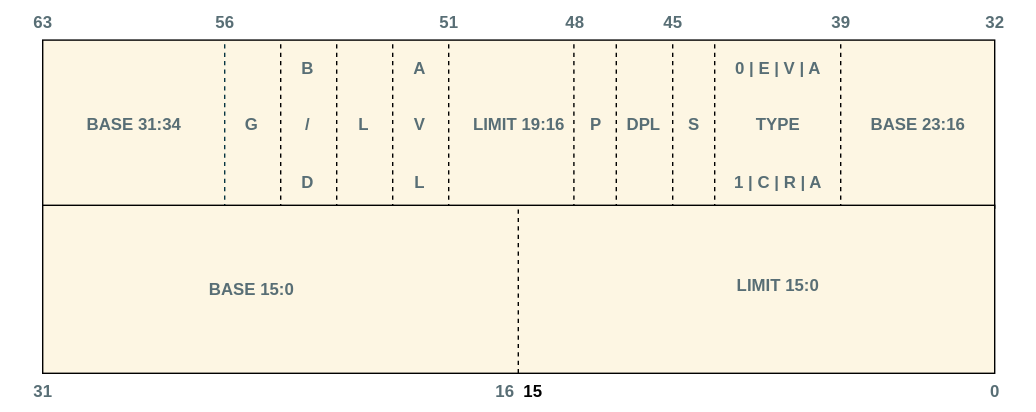
Earlier version of the draw.io export Booting/images/segment-descriptor.svg (0xAX/linux-insides). Source tidied: cells renumbered, new cells last; positions are measured from the earlier drawing's top-left corner, leaving out a move shared by most shapes.
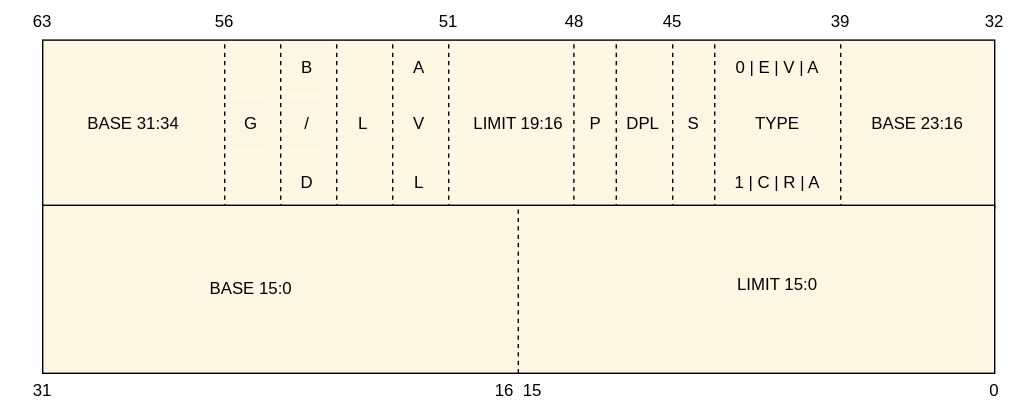
The same diagram one commit later.

Commit message:
boot: improve diagrams

Change to the diagram source:
```diff
@@ -2,163 +2,163 @@
   <root>
     <mxCell id="0" />
     <mxCell id="1" parent="0" />
-    <mxCell id="2" value="&lt;div&gt;&lt;b&gt;&lt;span style=&quot;color: rgb(88, 110, 117);&quot;&gt;LIMIT 19:16&lt;/span&gt;&lt;/b&gt;&lt;/div&gt;" style="rounded=0;whiteSpace=wrap;html=1;fillColor=#FDF6E3;" parent="1" vertex="1">
+    <mxCell id="2" value="&lt;div&gt;&lt;span&gt;&lt;span style=&quot;&quot;&gt;LIMIT 19:16&lt;/span&gt;&lt;/span&gt;&lt;/div&gt;" style="rounded=0;whiteSpace=wrap;html=1;fillColor=#FDF6E3;strokeColor=#000000;fontColor=#000000;fontStyle=0;" parent="1" vertex="1">
       <mxGeometry x="30" y="28" width="680" height="120" as="geometry" />
     </mxCell>
-    <mxCell id="3" value="&lt;b&gt;&lt;font style=&quot;color: rgb(88, 110, 117);&quot;&gt;0&lt;/font&gt;&lt;/b&gt;" style="text;html=1;align=center;verticalAlign=middle;whiteSpace=wrap;rounded=0;" parent="1" vertex="1">
+    <mxCell id="3" value="&lt;span&gt;&lt;font style=&quot;&quot;&gt;0&lt;/font&gt;&lt;/span&gt;" style="text;html=1;align=center;verticalAlign=middle;whiteSpace=wrap;rounded=0;strokeColor=none;fontColor=#000000;fontStyle=0;" parent="1" vertex="1">
       <mxGeometry x="680" y="264" width="60" height="30" as="geometry" />
     </mxCell>
-    <mxCell id="4" value="&lt;b&gt;&lt;font style=&quot;color: rgb(88, 110, 117);&quot;&gt;31&lt;/font&gt;&lt;/b&gt;" style="text;html=1;align=center;verticalAlign=middle;whiteSpace=wrap;rounded=0;" parent="1" vertex="1">
+    <mxCell id="4" value="&lt;span&gt;&lt;font style=&quot;&quot;&gt;31&lt;/font&gt;&lt;/span&gt;" style="text;html=1;align=center;verticalAlign=middle;whiteSpace=wrap;rounded=0;strokeColor=none;fontColor=#000000;fontStyle=0;" parent="1" vertex="1">
       <mxGeometry y="264" width="60" height="30" as="geometry" />
     </mxCell>
-    <mxCell id="5" value="&lt;b&gt;&lt;font&gt;15&lt;/font&gt;&lt;/b&gt;" style="text;html=1;align=center;verticalAlign=middle;whiteSpace=wrap;rounded=0;" parent="1" vertex="1">
+    <mxCell id="5" value="&lt;span&gt;&lt;font&gt;15&lt;/font&gt;&lt;/span&gt;" style="text;html=1;align=center;verticalAlign=middle;whiteSpace=wrap;rounded=0;strokeColor=none;fontColor=#000000;fontStyle=0;" parent="1" vertex="1">
       <mxGeometry x="350" y="264" width="60" height="30" as="geometry" />
     </mxCell>
-    <mxCell id="6" value="&lt;b&gt;&lt;font style=&quot;color: rgb(88, 110, 117);&quot;&gt;16&lt;/font&gt;&lt;/b&gt;" style="text;html=1;align=center;verticalAlign=middle;whiteSpace=wrap;rounded=0;" parent="1" vertex="1">
+    <mxCell id="6" value="&lt;span&gt;&lt;font style=&quot;&quot;&gt;16&lt;/font&gt;&lt;/span&gt;" style="text;html=1;align=center;verticalAlign=middle;whiteSpace=wrap;rounded=0;strokeColor=none;fontColor=#000000;fontStyle=0;" parent="1" vertex="1">
       <mxGeometry x="330" y="264" width="60" height="30" as="geometry" />
     </mxCell>
-    <mxCell id="7" style="endArrow=none;dashed=1;html=1;rounded=0;entryX=0.5;entryY=0;entryDx=0;entryDy=0;exitX=0.5;exitY=1;exitDx=0;exitDy=0;" parent="1" edge="1">
+    <mxCell id="7" style="endArrow=none;dashed=1;html=1;rounded=0;entryX=0.5;entryY=0;entryDx=0;entryDy=0;exitX=0.5;exitY=1;exitDx=0;exitDy=0;strokeColor=light-dark(#000000, #121212);fontColor=#000000;fontStyle=0;" parent="1" edge="1">
       <mxGeometry relative="1" as="geometry">
         <mxPoint x="600" y="148" as="sourcePoint" />
         <mxPoint x="600" y="28" as="targetPoint" />
       </mxGeometry>
     </mxCell>
-    <mxCell id="8" value="&lt;b&gt;&lt;font style=&quot;color: rgb(88, 110, 117);&quot;&gt;32&lt;/font&gt;&lt;/b&gt;" style="text;html=1;align=center;verticalAlign=middle;whiteSpace=wrap;rounded=0;" parent="1" vertex="1">
+    <mxCell id="8" value="&lt;span&gt;&lt;font style=&quot;&quot;&gt;32&lt;/font&gt;&lt;/span&gt;" style="text;html=1;align=center;verticalAlign=middle;whiteSpace=wrap;rounded=0;strokeColor=none;fontColor=#000000;fontStyle=0;" parent="1" vertex="1">
       <mxGeometry x="680" width="60" height="30" as="geometry" />
     </mxCell>
-    <mxCell id="9" value="&lt;b&gt;&lt;font style=&quot;color: rgb(88, 110, 117);&quot;&gt;63&lt;/font&gt;&lt;/b&gt;" style="text;html=1;align=center;verticalAlign=middle;whiteSpace=wrap;rounded=0;" parent="1" vertex="1">
+    <mxCell id="9" value="&lt;span style=&quot;&quot;&gt;&lt;font style=&quot;&quot;&gt;63&lt;/font&gt;&lt;/span&gt;" style="text;html=1;align=center;verticalAlign=middle;whiteSpace=wrap;rounded=0;strokeColor=none;fontColor=#000000;fontStyle=0;" parent="1" vertex="1">
       <mxGeometry width="60" height="30" as="geometry" />
     </mxCell>
-    <mxCell id="10" value="&lt;font style=&quot;color: rgb(88, 110, 117);&quot;&gt;&lt;b&gt;39&lt;/b&gt;&lt;/font&gt;" style="text;html=1;align=center;verticalAlign=middle;whiteSpace=wrap;rounded=0;" parent="1" vertex="1">
+    <mxCell id="10" value="&lt;font style=&quot;&quot;&gt;&lt;span&gt;39&lt;/span&gt;&lt;/font&gt;" style="text;html=1;align=center;verticalAlign=middle;whiteSpace=wrap;rounded=0;strokeColor=none;fontColor=#000000;fontStyle=0;" parent="1" vertex="1">
       <mxGeometry x="570" width="60" height="30" as="geometry" />
     </mxCell>
-    <mxCell id="11" style="endArrow=none;dashed=1;html=1;rounded=0;entryX=0.25;entryY=0;entryDx=0;entryDy=0;labelBackgroundColor=#073642;strokeColor=#073642;" parent="1" edge="1">
+    <mxCell id="11" style="endArrow=none;dashed=1;html=1;rounded=0;entryX=0.25;entryY=0;entryDx=0;entryDy=0;labelBackgroundColor=#073642;strokeColor=#000000;fontColor=#000000;fontStyle=0;" parent="1" edge="1">
       <mxGeometry relative="1" as="geometry">
         <mxPoint x="160" y="148" as="sourcePoint" />
         <mxPoint x="160" y="28" as="targetPoint" />
       </mxGeometry>
     </mxCell>
-    <mxCell id="12" style="endArrow=none;dashed=1;html=1;rounded=0;entryX=0.25;entryY=0;entryDx=0;entryDy=0;" parent="1" edge="1">
+    <mxCell id="12" style="endArrow=none;dashed=1;html=1;rounded=0;entryX=0.25;entryY=0;entryDx=0;entryDy=0;strokeColor=#000000;fontColor=#000000;fontStyle=0;" parent="1" edge="1">
       <mxGeometry relative="1" as="geometry">
         <mxPoint x="200" y="148" as="sourcePoint" />
         <mxPoint x="200" y="28" as="targetPoint" />
       </mxGeometry>
     </mxCell>
-    <mxCell id="13" style="endArrow=none;dashed=1;html=1;rounded=0;entryX=0.25;entryY=0;entryDx=0;entryDy=0;" parent="1" edge="1">
+    <mxCell id="13" style="endArrow=none;dashed=1;html=1;rounded=0;entryX=0.25;entryY=0;entryDx=0;entryDy=0;strokeColor=#000000;fontColor=#000000;fontStyle=0;" parent="1" edge="1">
       <mxGeometry relative="1" as="geometry">
         <mxPoint x="240" y="148" as="sourcePoint" />
         <mxPoint x="240" y="28" as="targetPoint" />
       </mxGeometry>
     </mxCell>
-    <mxCell id="14" style="endArrow=none;dashed=1;html=1;rounded=0;entryX=0.25;entryY=0;entryDx=0;entryDy=0;" parent="1" edge="1">
+    <mxCell id="14" style="endArrow=none;dashed=1;html=1;rounded=0;entryX=0.25;entryY=0;entryDx=0;entryDy=0;strokeColor=#000000;fontColor=#000000;fontStyle=0;" parent="1" edge="1">
       <mxGeometry relative="1" as="geometry">
         <mxPoint x="280" y="148" as="sourcePoint" />
         <mxPoint x="280" y="28" as="targetPoint" />
       </mxGeometry>
     </mxCell>
-    <mxCell id="15" style="endArrow=none;dashed=1;html=1;rounded=0;entryX=0.25;entryY=0;entryDx=0;entryDy=0;" parent="1" edge="1">
+    <mxCell id="15" style="endArrow=none;dashed=1;html=1;rounded=0;entryX=0.25;entryY=0;entryDx=0;entryDy=0;strokeColor=light-dark(#000000, #121212);fontColor=#000000;fontStyle=0;" parent="1" edge="1">
       <mxGeometry relative="1" as="geometry">
         <mxPoint x="320" y="148" as="sourcePoint" />
         <mxPoint x="320" y="28" as="targetPoint" />
       </mxGeometry>
     </mxCell>
-    <mxCell id="16" style="endArrow=none;dashed=1;html=1;rounded=0;entryX=0.25;entryY=0;entryDx=0;entryDy=0;" parent="1" edge="1">
+    <mxCell id="16" style="endArrow=none;dashed=1;html=1;rounded=0;entryX=0.25;entryY=0;entryDx=0;entryDy=0;strokeColor=#000000;fontColor=#000000;fontStyle=0;" parent="1" edge="1">
       <mxGeometry relative="1" as="geometry">
         <mxPoint x="409.4" y="148" as="sourcePoint" />
         <mxPoint x="409.4" y="28" as="targetPoint" />
       </mxGeometry>
     </mxCell>
-    <mxCell id="17" style="endArrow=none;dashed=1;html=1;rounded=0;entryX=0.25;entryY=0;entryDx=0;entryDy=0;" parent="1" edge="1">
+    <mxCell id="17" style="endArrow=none;dashed=1;html=1;rounded=0;entryX=0.25;entryY=0;entryDx=0;entryDy=0;strokeColor=#000000;fontColor=#000000;fontStyle=0;" parent="1" edge="1">
       <mxGeometry relative="1" as="geometry">
         <mxPoint x="439.7" y="148" as="sourcePoint" />
         <mxPoint x="439.7" y="28" as="targetPoint" />
       </mxGeometry>
     </mxCell>
-    <mxCell id="18" style="endArrow=none;dashed=1;html=1;rounded=0;entryX=0.25;entryY=0;entryDx=0;entryDy=0;" parent="1" edge="1">
+    <mxCell id="18" style="endArrow=none;dashed=1;html=1;rounded=0;entryX=0.25;entryY=0;entryDx=0;entryDy=0;strokeColor=#000000;fontColor=#000000;fontStyle=0;" parent="1" edge="1">
       <mxGeometry relative="1" as="geometry">
         <mxPoint x="480" y="148" as="sourcePoint" />
         <mxPoint x="480" y="28" as="targetPoint" />
       </mxGeometry>
     </mxCell>
-    <mxCell id="19" style="endArrow=none;dashed=1;html=1;rounded=0;entryX=0.25;entryY=0;entryDx=0;entryDy=0;" parent="1" edge="1">
+    <mxCell id="19" style="endArrow=none;dashed=1;html=1;rounded=0;entryX=0.25;entryY=0;entryDx=0;entryDy=0;strokeColor=#000000;fontColor=#000000;fontStyle=0;" parent="1" edge="1">
       <mxGeometry relative="1" as="geometry">
         <mxPoint x="510" y="148" as="sourcePoint" />
         <mxPoint x="510" y="28" as="targetPoint" />
       </mxGeometry>
     </mxCell>
-    <mxCell id="20" value="&lt;b&gt;&lt;span style=&quot;color: rgb(88, 110, 117);&quot;&gt;BASE 31:34&lt;/span&gt;&lt;/b&gt;" style="text;html=1;align=center;verticalAlign=middle;whiteSpace=wrap;rounded=0;" parent="1" vertex="1">
+    <mxCell id="20" value="&lt;span&gt;&lt;span style=&quot;&quot;&gt;BASE 31:34&lt;/span&gt;&lt;/span&gt;" style="text;html=1;align=center;verticalAlign=middle;whiteSpace=wrap;rounded=0;strokeColor=none;fontColor=#000000;fontStyle=0;" parent="1" vertex="1">
       <mxGeometry x="60" y="73" width="70" height="30" as="geometry" />
     </mxCell>
-    <mxCell id="21" value="&lt;b&gt;&lt;span style=&quot;color: rgb(88, 110, 117);&quot;&gt;G&lt;/span&gt;&lt;/b&gt;" style="text;html=1;align=center;verticalAlign=middle;whiteSpace=wrap;rounded=0;" parent="1" vertex="1">
+    <mxCell id="21" value="&lt;span&gt;&lt;span style=&quot;&quot;&gt;G&lt;/span&gt;&lt;/span&gt;" style="text;html=1;align=center;verticalAlign=middle;whiteSpace=wrap;rounded=0;strokeColor=#FDF6E3;fontColor=#000000;fontStyle=0;" parent="1" vertex="1">
       <mxGeometry x="164" y="73" width="30" height="30" as="geometry" />
     </mxCell>
-    <mxCell id="22" value="&lt;b&gt;&lt;span style=&quot;color: rgb(88, 110, 117);&quot;&gt;B&lt;/span&gt;&lt;/b&gt;" style="text;html=1;align=center;verticalAlign=middle;whiteSpace=wrap;rounded=0;" parent="1" vertex="1">
+    <mxCell id="22" value="&lt;span&gt;&lt;span style=&quot;&quot;&gt;B&lt;/span&gt;&lt;/span&gt;" style="text;html=1;align=center;verticalAlign=middle;whiteSpace=wrap;rounded=0;strokeColor=#FDF6E3;fontColor=#000000;fontStyle=0;" parent="1" vertex="1">
       <mxGeometry x="204" y="33" width="30" height="30" as="geometry" />
     </mxCell>
-    <mxCell id="23" value="&lt;b&gt;&lt;span style=&quot;color: rgb(88, 110, 117);&quot;&gt;D&lt;/span&gt;&lt;/b&gt;" style="text;html=1;align=center;verticalAlign=middle;whiteSpace=wrap;rounded=0;" parent="1" vertex="1">
+    <mxCell id="23" value="&lt;span&gt;&lt;span style=&quot;&quot;&gt;D&lt;/span&gt;&lt;/span&gt;" style="text;html=1;align=center;verticalAlign=middle;whiteSpace=wrap;rounded=0;strokeColor=none;fontColor=#000000;fontStyle=0;" parent="1" vertex="1">
       <mxGeometry x="204" y="115" width="30" height="30" as="geometry" />
     </mxCell>
-    <mxCell id="24" value="&lt;b&gt;&lt;span style=&quot;color: rgb(88, 110, 117);&quot;&gt;/&lt;/span&gt;&lt;/b&gt;" style="text;html=1;align=center;verticalAlign=middle;whiteSpace=wrap;rounded=0;" parent="1" vertex="1">
+    <mxCell id="24" value="&lt;span&gt;&lt;span style=&quot;&quot;&gt;/&lt;/span&gt;&lt;/span&gt;" style="text;html=1;align=center;verticalAlign=middle;whiteSpace=wrap;rounded=0;strokeColor=#FDF6E3;fontColor=#000000;fontStyle=0;" parent="1" vertex="1">
       <mxGeometry x="204" y="73" width="30" height="30" as="geometry" />
     </mxCell>
-    <mxCell id="25" value="&lt;b&gt;&lt;span style=&quot;color: rgb(88, 110, 117);&quot;&gt;L&lt;/span&gt;&lt;/b&gt;" style="text;html=1;align=center;verticalAlign=middle;whiteSpace=wrap;rounded=0;" parent="1" vertex="1">
+    <mxCell id="25" value="&lt;span&gt;&lt;span style=&quot;&quot;&gt;L&lt;/span&gt;&lt;/span&gt;" style="text;html=1;align=center;verticalAlign=middle;whiteSpace=wrap;rounded=0;strokeColor=none;fontColor=#000000;fontStyle=0;" parent="1" vertex="1">
       <mxGeometry x="244" y="73" width="30" height="30" as="geometry" />
     </mxCell>
-    <mxCell id="26" value="&lt;b&gt;&lt;span style=&quot;color: rgb(88, 110, 117);&quot;&gt;A&lt;/span&gt;&lt;/b&gt;" style="text;html=1;align=center;verticalAlign=middle;whiteSpace=wrap;rounded=0;" parent="1" vertex="1">
+    <mxCell id="26" value="&lt;span&gt;&lt;span style=&quot;&quot;&gt;A&lt;/span&gt;&lt;/span&gt;" style="text;html=1;align=center;verticalAlign=middle;whiteSpace=wrap;rounded=0;strokeColor=none;fontColor=#000000;fontStyle=0;" parent="1" vertex="1">
       <mxGeometry x="284" y="33" width="30" height="30" as="geometry" />
     </mxCell>
-    <mxCell id="27" value="&lt;b&gt;&lt;span style=&quot;color: rgb(88, 110, 117);&quot;&gt;V&lt;/span&gt;&lt;/b&gt;" style="text;html=1;align=center;verticalAlign=middle;whiteSpace=wrap;rounded=0;" parent="1" vertex="1">
+    <mxCell id="27" value="&lt;span&gt;&lt;span style=&quot;&quot;&gt;V&lt;/span&gt;&lt;/span&gt;" style="text;html=1;align=center;verticalAlign=middle;whiteSpace=wrap;rounded=0;strokeColor=none;fontColor=#000000;fontStyle=0;" parent="1" vertex="1">
       <mxGeometry x="284" y="73" width="30" height="30" as="geometry" />
     </mxCell>
-    <mxCell id="28" value="&lt;b&gt;&lt;span style=&quot;color: rgb(88, 110, 117);&quot;&gt;L&lt;/span&gt;&lt;/b&gt;" style="text;html=1;align=center;verticalAlign=middle;whiteSpace=wrap;rounded=0;" parent="1" vertex="1">
+    <mxCell id="28" value="&lt;span&gt;&lt;span style=&quot;&quot;&gt;L&lt;/span&gt;&lt;/span&gt;" style="text;html=1;align=center;verticalAlign=middle;whiteSpace=wrap;rounded=0;strokeColor=none;fontColor=#000000;fontStyle=0;" parent="1" vertex="1">
       <mxGeometry x="284" y="115" width="30" height="30" as="geometry" />
     </mxCell>
-    <mxCell id="29" value="&lt;b&gt;&lt;span style=&quot;color: rgb(88, 110, 117);&quot;&gt;P&lt;/span&gt;&lt;/b&gt;" style="text;html=1;align=center;verticalAlign=middle;whiteSpace=wrap;rounded=0;" parent="1" vertex="1">
+    <mxCell id="29" value="&lt;span&gt;&lt;span style=&quot;&quot;&gt;P&lt;/span&gt;&lt;/span&gt;" style="text;html=1;align=center;verticalAlign=middle;whiteSpace=wrap;rounded=0;strokeColor=none;fontColor=#000000;fontStyle=0;" parent="1" vertex="1">
       <mxGeometry x="410" y="73" width="30" height="30" as="geometry" />
     </mxCell>
-    <mxCell id="30" value="&lt;b&gt;&lt;span style=&quot;color: rgb(88, 110, 117);&quot;&gt;DPL&lt;/span&gt;&lt;/b&gt;" style="text;html=1;align=center;verticalAlign=middle;whiteSpace=wrap;rounded=0;" parent="1" vertex="1">
+    <mxCell id="30" value="&lt;span&gt;&lt;span style=&quot;&quot;&gt;DPL&lt;/span&gt;&lt;/span&gt;" style="text;html=1;align=center;verticalAlign=middle;whiteSpace=wrap;rounded=0;strokeColor=none;fontColor=#000000;fontStyle=0;" parent="1" vertex="1">
       <mxGeometry x="444" y="73" width="30" height="30" as="geometry" />
     </mxCell>
-    <mxCell id="31" value="&lt;b&gt;&lt;span style=&quot;color: rgb(88, 110, 117);&quot;&gt;S&lt;/span&gt;&lt;/b&gt;" style="text;html=1;align=center;verticalAlign=middle;whiteSpace=wrap;rounded=0;" parent="1" vertex="1">
+    <mxCell id="31" value="&lt;span&gt;&lt;span style=&quot;&quot;&gt;S&lt;/span&gt;&lt;/span&gt;" style="text;html=1;align=center;verticalAlign=middle;whiteSpace=wrap;rounded=0;strokeColor=none;fontColor=#000000;fontStyle=0;" parent="1" vertex="1">
       <mxGeometry x="480" y="73" width="30" height="30" as="geometry" />
     </mxCell>
-    <mxCell id="32" value="&lt;b&gt;&lt;span style=&quot;color: rgb(88, 110, 117);&quot;&gt;TYPE&lt;/span&gt;&lt;/b&gt;" style="text;html=1;align=center;verticalAlign=middle;whiteSpace=wrap;rounded=0;" parent="1" vertex="1">
+    <mxCell id="32" value="&lt;span&gt;&lt;span style=&quot;&quot;&gt;TYPE&lt;/span&gt;&lt;/span&gt;" style="text;html=1;align=center;verticalAlign=middle;whiteSpace=wrap;rounded=0;strokeColor=none;fontColor=#000000;fontStyle=0;" parent="1" vertex="1">
       <mxGeometry x="540" y="73" width="30" height="30" as="geometry" />
     </mxCell>
-    <mxCell id="33" value="&lt;b&gt;&lt;span style=&quot;color: rgb(88, 110, 117);&quot;&gt;0 | E | V | A&lt;/span&gt;&lt;/b&gt;" style="text;html=1;align=center;verticalAlign=middle;whiteSpace=wrap;rounded=0;" parent="1" vertex="1">
+    <mxCell id="33" value="&lt;span&gt;&lt;span style=&quot;&quot;&gt;0 | E | V | A&lt;/span&gt;&lt;/span&gt;" style="text;html=1;align=center;verticalAlign=middle;whiteSpace=wrap;rounded=0;strokeColor=none;fontColor=#000000;fontStyle=0;" parent="1" vertex="1">
       <mxGeometry x="520" y="33" width="70" height="30" as="geometry" />
     </mxCell>
-    <mxCell id="34" value="&lt;b&gt;&lt;span style=&quot;color: rgb(88, 110, 117);&quot;&gt;1 | C | R | A&lt;/span&gt;&lt;/b&gt;" style="text;html=1;align=center;verticalAlign=middle;whiteSpace=wrap;rounded=0;" parent="1" vertex="1">
+    <mxCell id="34" value="&lt;span&gt;&lt;span style=&quot;&quot;&gt;1 | C | R | A&lt;/span&gt;&lt;/span&gt;" style="text;html=1;align=center;verticalAlign=middle;whiteSpace=wrap;rounded=0;strokeColor=none;fontColor=#000000;fontStyle=0;" parent="1" vertex="1">
       <mxGeometry x="520" y="115" width="70" height="30" as="geometry" />
     </mxCell>
-    <mxCell id="35" value="&lt;b&gt;&lt;span style=&quot;color: rgb(88, 110, 117);&quot;&gt;BASE 23:16&lt;/span&gt;&lt;/b&gt;" style="text;html=1;align=center;verticalAlign=middle;whiteSpace=wrap;rounded=0;" parent="1" vertex="1">
+    <mxCell id="35" value="&lt;span&gt;&lt;span style=&quot;&quot;&gt;BASE 23:16&lt;/span&gt;&lt;/span&gt;" style="text;html=1;align=center;verticalAlign=middle;whiteSpace=wrap;rounded=0;strokeColor=none;fontColor=#000000;fontStyle=0;" parent="1" vertex="1">
       <mxGeometry x="620" y="73" width="70" height="30" as="geometry" />
     </mxCell>
-    <mxCell id="36" value="&lt;b&gt;&lt;font style=&quot;color: rgb(88, 110, 117);&quot;&gt;56&lt;/font&gt;&lt;/b&gt;" style="text;html=1;align=center;verticalAlign=middle;whiteSpace=wrap;rounded=0;" parent="1" vertex="1">
+    <mxCell id="36" value="&lt;span&gt;&lt;font style=&quot;&quot;&gt;56&lt;/font&gt;&lt;/span&gt;" style="text;html=1;align=center;verticalAlign=middle;whiteSpace=wrap;rounded=0;strokeColor=none;fontColor=#000000;fontStyle=0;" parent="1" vertex="1">
       <mxGeometry x="130" width="60" height="30" as="geometry" />
     </mxCell>
-    <mxCell id="37" value="&lt;b&gt;&lt;font style=&quot;color: rgb(88, 110, 117);&quot;&gt;51&lt;/font&gt;&lt;/b&gt;" style="text;html=1;align=center;verticalAlign=middle;whiteSpace=wrap;rounded=0;" parent="1" vertex="1">
+    <mxCell id="37" value="&lt;span&gt;&lt;font style=&quot;&quot;&gt;51&lt;/font&gt;&lt;/span&gt;" style="text;html=1;align=center;verticalAlign=middle;whiteSpace=wrap;rounded=0;strokeColor=none;fontColor=#000000;fontStyle=0;" parent="1" vertex="1">
       <mxGeometry x="290" width="60" height="30" as="geometry" />
     </mxCell>
-    <mxCell id="38" value="&lt;b&gt;&lt;font style=&quot;color: rgb(88, 110, 117);&quot;&gt;48&lt;/font&gt;&lt;/b&gt;" style="text;html=1;align=center;verticalAlign=middle;whiteSpace=wrap;rounded=0;" parent="1" vertex="1">
+    <mxCell id="38" value="&lt;span&gt;&lt;font style=&quot;&quot;&gt;48&lt;/font&gt;&lt;/span&gt;" style="text;html=1;align=center;verticalAlign=middle;whiteSpace=wrap;rounded=0;strokeColor=none;fontColor=#000000;fontStyle=0;" parent="1" vertex="1">
       <mxGeometry x="380" width="60" height="30" as="geometry" />
     </mxCell>
-    <mxCell id="39" value="&lt;b&gt;&lt;font style=&quot;color: rgb(88, 110, 117);&quot;&gt;45&lt;/font&gt;&lt;/b&gt;" style="text;html=1;align=center;verticalAlign=middle;whiteSpace=wrap;rounded=0;" parent="1" vertex="1">
+    <mxCell id="39" value="&lt;span&gt;&lt;font style=&quot;&quot;&gt;45&lt;/font&gt;&lt;/span&gt;" style="text;html=1;align=center;verticalAlign=middle;whiteSpace=wrap;rounded=0;strokeColor=none;fontColor=#000000;fontStyle=0;" parent="1" vertex="1">
       <mxGeometry x="450" width="60" height="30" as="geometry" />
     </mxCell>
-    <mxCell id="40" value="&lt;div&gt;&lt;br&gt;&lt;/div&gt;" style="rounded=0;whiteSpace=wrap;html=1;fillColor=#FDF6E3;" parent="1" vertex="1">
+    <mxCell id="40" value="&lt;div&gt;&lt;br&gt;&lt;/div&gt;" style="rounded=0;whiteSpace=wrap;html=1;fillColor=#FDF6E3;strokeColor=#000000;fontColor=#000000;fontStyle=0;" parent="1" vertex="1">
       <mxGeometry x="30" y="146" width="680" height="120" as="geometry" />
     </mxCell>
-    <mxCell id="41" style="endArrow=none;dashed=1;html=1;rounded=0;entryX=0.25;entryY=0;entryDx=0;entryDy=0;" parent="1" edge="1">
+    <mxCell id="41" style="endArrow=none;dashed=1;html=1;rounded=0;entryX=0.25;entryY=0;entryDx=0;entryDy=0;strokeColor=#000000;fontColor=#000000;fontStyle=0;" parent="1" edge="1">
       <mxGeometry relative="1" as="geometry">
         <mxPoint x="369.7" y="266" as="sourcePoint" />
         <mxPoint x="369.7" y="146" as="targetPoint" />
       </mxGeometry>
     </mxCell>
-    <mxCell id="42" value="&lt;b&gt;&lt;span style=&quot;color: rgb(88, 110, 117);&quot;&gt;BASE 15:0&lt;/span&gt;&lt;/b&gt;" style="text;html=1;align=center;verticalAlign=middle;whiteSpace=wrap;rounded=0;" parent="1" vertex="1">
+    <mxCell id="42" value="&lt;span&gt;&lt;span style=&quot;&quot;&gt;BASE 15:0&lt;/span&gt;&lt;/span&gt;" style="text;html=1;align=center;verticalAlign=middle;whiteSpace=wrap;rounded=0;strokeColor=none;fontColor=#000000;fontStyle=0;" parent="1" vertex="1">
       <mxGeometry x="139" y="191" width="80" height="30" as="geometry" />
     </mxCell>
-    <mxCell id="43" value="&lt;b&gt;&lt;span style=&quot;color: rgb(88, 110, 117);&quot;&gt;LIMIT 15:0&lt;/span&gt;&lt;/b&gt;" style="text;html=1;align=center;verticalAlign=middle;whiteSpace=wrap;rounded=0;" parent="1" vertex="1">
+    <mxCell id="43" value="&lt;span&gt;&lt;span style=&quot;&quot;&gt;LIMIT 15:0&lt;/span&gt;&lt;/span&gt;" style="text;html=1;align=center;verticalAlign=middle;whiteSpace=wrap;rounded=0;strokeColor=none;fontColor=#000000;fontStyle=0;" parent="1" vertex="1">
       <mxGeometry x="515" y="188" width="80" height="30" as="geometry" />
     </mxCell>
   </root>
```
